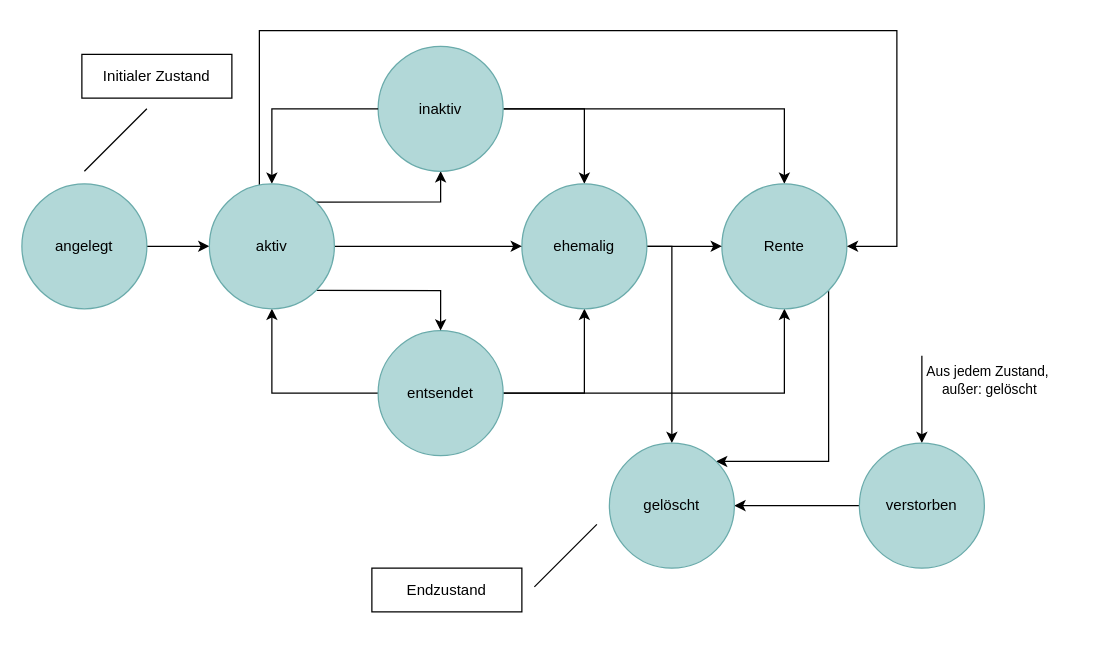
Earlier version of the draw.io diagram Inhalt/Zustandsautomat.drawio (timon-strauss/SE2-Projekt). Source tidied: cells renumbered, new cells numbered last; positions are measured from the earlier drawing's top-left corner, leaving out a move shared by most shapes. Both pictures are drawn from the tidied source at 125%, with x=0, y=0 at pixel (21, 30).
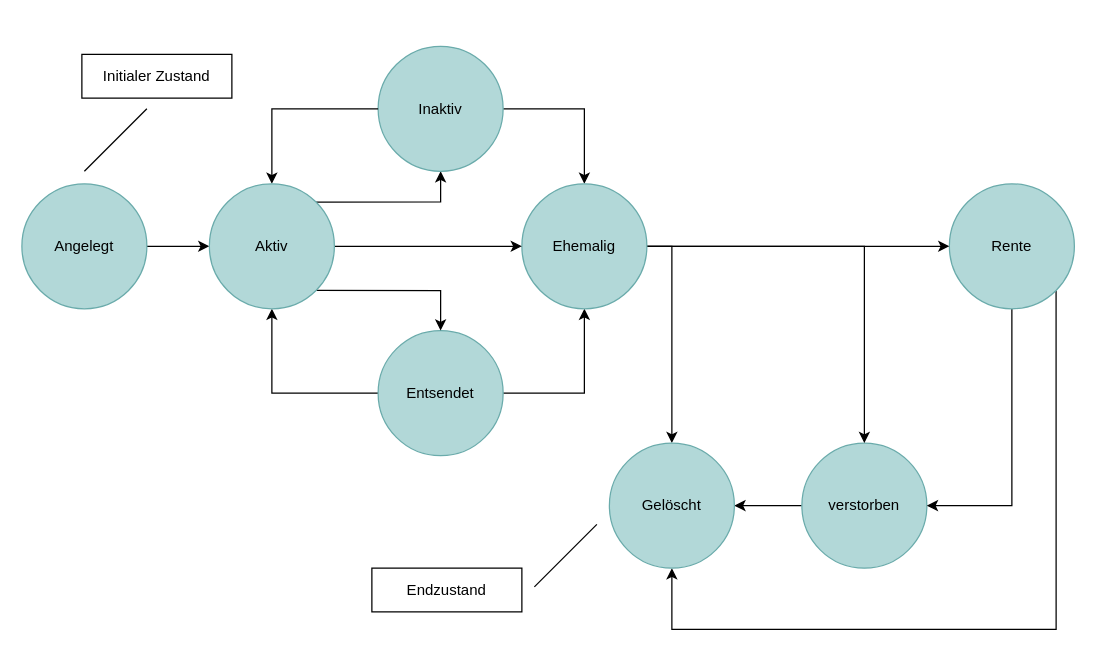
After the change.

The edit, as a diff of the source:
```diff
@@
-    <mxCell id="3" value="angelegt" style="ellipse;whiteSpace=wrap;html=1;shapeInside=1;fillColor=#B2D8D8;strokeColor=#6AABAB;" parent="1" vertex="1">
+    <mxCell id="3" value="Angelegt" style="ellipse;whiteSpace=wrap;html=1;shapeInside=1;fillColor=#B2D8D8;strokeColor=#6AABAB;" parent="1" vertex="1">
       <mxGeometry y="122.5" width="100" height="100" as="geometry" />
     </mxCell>
@@
-    <mxCell id="6" style="edgeStyle=orthogonalEdgeStyle;rounded=0;jettySize=auto;html=1;exitX=1;exitY=0.5;exitDx=0;exitDy=0;entryX=0.5;entryY=0;entryDx=0;entryDy=0;" parent="1" edge="1" source="7" target="16">
-      <mxGeometry relative="1" as="geometry" />
-    </mxCell>
-    <mxCell id="7" value="inaktiv" style="ellipse;whiteSpace=wrap;html=1;shapeInside=1;fillColor=#B2D8D8;strokeColor=#6AABAB;" parent="1" vertex="1">
+    <mxCell id="7" value="Inaktiv" style="ellipse;whiteSpace=wrap;html=1;shapeInside=1;fillColor=#B2D8D8;strokeColor=#6AABAB;" parent="1" vertex="1">
       <mxGeometry x="285" y="12.5" width="100" height="100" as="geometry" />
     </mxCell>
@@
-    <mxCell id="9" style="edgeStyle=orthogonalEdgeStyle;rounded=0;jettySize=auto;html=1;entryX=0.5;entryY=1;entryDx=0;entryDy=0;" parent="1" edge="1" source="11" target="16">
-      <mxGeometry relative="1" as="geometry" />
-    </mxCell>
@@
-    <mxCell id="11" value="entsendet" style="ellipse;whiteSpace=wrap;html=1;shapeInside=1;fillColor=#B2D8D8;strokeColor=#6AABAB;" parent="1" vertex="1">
+    <mxCell id="11" value="Entsendet" style="ellipse;whiteSpace=wrap;html=1;shapeInside=1;fillColor=#B2D8D8;strokeColor=#6AABAB;" parent="1" vertex="1">
       <mxGeometry x="285" y="240" width="100" height="100" as="geometry" />
     </mxCell>
-    <mxCell id="12" value="Aus jedem Zustand,&amp;nbsp;&lt;div&gt;außer:&amp;nbsp;&lt;span style=&quot;background-color: light-dark(#ffffff, var(--ge-dark-color, #121212)); color: light-dark(rgb(0, 0, 0), rgb(255, 255, 255));&quot;&gt;gelöscht&lt;/span&gt;&lt;/div&gt;" style="edgeStyle=orthogonalEdgeStyle;rounded=0;jettySize=auto;html=1;endArrow=none;endFill=0;startArrow=classic;startFill=1;" parent="1" edge="1" source="14">
-      <mxGeometry x="0.43" y="-54" relative="1" as="geometry">
-        <mxPoint x="720" y="260" as="targetPoint" />
-      </mxGeometry>
-    </mxCell>
@@
     <mxCell id="14" value="verstorben" style="ellipse;whiteSpace=wrap;html=1;shapeInside=1;fillColor=#B2D8D8;strokeColor=#6AABAB;" parent="1" vertex="1">
-      <mxGeometry x="670" y="330" width="100" height="100" as="geometry" />
+      <mxGeometry x="624" y="330" width="100" height="100" as="geometry" />
     </mxCell>
+    <mxCell id="30" style="edgeStyle=orthogonalEdgeStyle;rounded=0;jettySize=auto;html=1;entryX=1;entryY=0.5;entryDx=0;entryDy=0;exitX=0.5;exitY=1;exitDx=0;exitDy=0;" parent="1" edge="1" source="16" target="14">
+      <mxGeometry relative="1" as="geometry" />
+    </mxCell>
-    <mxCell id="15" style="edgeStyle=orthogonalEdgeStyle;rounded=0;jettySize=auto;html=1;exitX=1;exitY=1;exitDx=0;exitDy=0;entryX=1;entryY=0;entryDx=0;entryDy=0;" parent="1" edge="1" source="16" target="26">
+    <mxCell id="15" style="edgeStyle=orthogonalEdgeStyle;rounded=0;jettySize=auto;html=1;exitX=1;exitY=1;exitDx=0;exitDy=0;entryX=0.5;entryY=1;entryDx=0;entryDy=0;" parent="1" edge="1" source="16" target="26">
       <mxGeometry relative="1" as="geometry">
         <Array as="points">
-          <mxPoint x="645.4" y="344.6" />
+          <mxPoint x="827" y="479" />
+          <mxPoint x="520" y="479" />
         </Array>
       </mxGeometry>
     </mxCell>
     <mxCell id="16" value="Rente" style="ellipse;whiteSpace=wrap;html=1;shapeInside=1;fillColor=#B2D8D8;strokeColor=#6AABAB;" parent="1" vertex="1">
-      <mxGeometry x="560" y="122.5" width="100" height="100" as="geometry" />
+      <mxGeometry x="742" y="122.5" width="100" height="100" as="geometry" />
     </mxCell>
@@
+    <mxCell id="31" style="edgeStyle=orthogonalEdgeStyle;rounded=0;jettySize=auto;html=1;entryX=0.5;entryY=0;entryDx=0;entryDy=0;" parent="1" edge="1" source="19" target="14">
+      <mxGeometry relative="1" as="geometry" />
+    </mxCell>
-    <mxCell id="19" value="ehemalig" style="ellipse;whiteSpace=wrap;html=1;shapeInside=1;fillColor=#B2D8D8;strokeColor=#6AABAB;" parent="1" vertex="1">
+    <mxCell id="19" value="Ehemalig" style="ellipse;whiteSpace=wrap;html=1;shapeInside=1;fillColor=#B2D8D8;strokeColor=#6AABAB;" parent="1" vertex="1">
       <mxGeometry x="400" y="122.5" width="100" height="100" as="geometry" />
     </mxCell>
@@
-    <mxCell id="23" style="edgeStyle=orthogonalEdgeStyle;rounded=0;jettySize=auto;html=1;entryX=1;entryY=0.5;entryDx=0;entryDy=0;" parent="1" edge="1" source="24" target="16">
-      <mxGeometry x="0.18" relative="1" as="geometry">
-        <Array as="points">
-          <mxPoint x="190" />
-          <mxPoint x="700" />
-          <mxPoint x="700" y="172.5" />
-        </Array>
-      </mxGeometry>
-    </mxCell>
-    <mxCell id="24" value="aktiv" style="ellipse;whiteSpace=wrap;html=1;shapeInside=1;fillColor=#B2D8D8;strokeColor=#6AABAB;" parent="1" vertex="1">
+    <mxCell id="24" value="Aktiv" style="ellipse;whiteSpace=wrap;html=1;shapeInside=1;fillColor=#B2D8D8;strokeColor=#6AABAB;" parent="1" vertex="1">
       <mxGeometry x="150" y="122.5" width="100" height="100" as="geometry" />
     </mxCell>
@@
-    <mxCell id="26" value="gelöscht" style="ellipse;whiteSpace=wrap;html=1;shapeInside=1;fillColor=#B2D8D8;strokeColor=#6AABAB;" parent="1" vertex="1">
+    <mxCell id="26" value="Gelöscht" style="ellipse;whiteSpace=wrap;html=1;shapeInside=1;fillColor=#B2D8D8;strokeColor=#6AABAB;" parent="1" vertex="1">
       <mxGeometry x="470" y="330" width="100" height="100" as="geometry" />
     </mxCell>
```
